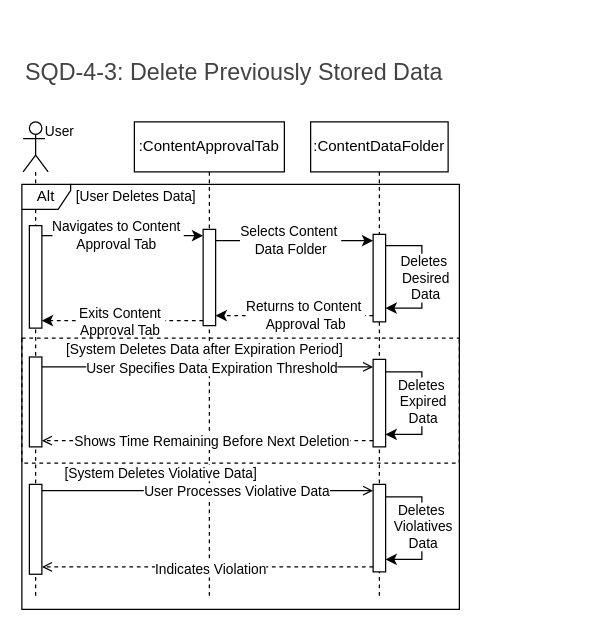
This is SENG 321/SQD4-3.drawio from amirabdullahi1/gold, a draw.io file, before an edit. Source tidied: cells renumbered, new cells numbered last; positions are measured from the earlier drawing's top-left corner, leaving out a move shared by most shapes. Both pictures are drawn from the tidied source at 125%, with x=0, y=0 at pixel (21, 21).
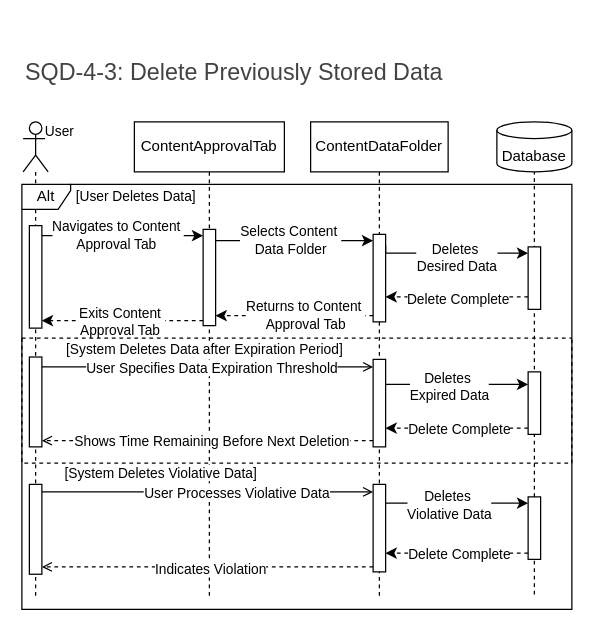
Above is the later version.

Unchanged cells that the change refers to:
```xml
<mxCell id="7" style="group;" parent="1" vertex="1">
  <mxGeometry x="90" y="80" width="120" height="380" as="geometry" />
</mxCell>
<mxCell id="27" style="group;" parent="1" vertex="1">
  <mxGeometry x="231" y="80" width="110" height="380" as="geometry" />
</mxCell>
<mxCell id="29" style="html=1;points=[[0,0,0,0,5],[0,1,0,0,-5],[1,0,0,0,5],[1,1,0,0,-5]];perimeter=orthogonalPerimeter;outlineConnect=0;targetShapes=umlLifeline;portConstraint=eastwest;newEdgeStyle={&quot;curved&quot;:0,&quot;rounded&quot;:0};" parent="28" vertex="1">
  <mxGeometry x="50" y="290" width="10" height="70" as="geometry" />
</mxCell>
<mxCell id="32" style="html=1;points=[[0,0,0,0,5],[0,1,0,0,-5],[1,0,0,0,5],[1,1,0,0,-5]];perimeter=orthogonalPerimeter;outlineConnect=0;targetShapes=umlLifeline;portConstraint=eastwest;newEdgeStyle={&quot;curved&quot;:0,&quot;rounded&quot;:0};" parent="27" vertex="1">
  <mxGeometry x="50" y="90" width="10" height="70" as="geometry" />
</mxCell>
<mxCell id="33" style="html=1;points=[[0,0,0,0,5],[0,1,0,0,-5],[1,0,0,0,5],[1,1,0,0,-5]];perimeter=orthogonalPerimeter;outlineConnect=0;targetShapes=umlLifeline;portConstraint=eastwest;newEdgeStyle={&quot;curved&quot;:0,&quot;rounded&quot;:0};" parent="27" vertex="1">
  <mxGeometry x="50" y="190" width="10" height="70" as="geometry" />
</mxCell>
```

What changed in the source:
```diff
@@
+    <mxCell id="44" style="group;" parent="1" vertex="1">
+      <mxGeometry x="380" y="80" width="60" height="379" as="geometry" />
+    </mxCell>
+    <mxCell id="45" style="group;" parent="44" vertex="1">
+      <mxGeometry width="60" height="379" as="geometry" />
+    </mxCell>
+    <mxCell id="46" style="shape=umlLifeline;perimeter=lifelinePerimeter;whiteSpace=wrap;html=1;newEdgeStyle={&quot;curved&quot;:0,&quot;rounded&quot;:0};participant=umlEntity;size=0;" parent="45" vertex="1">
+      <mxGeometry x="10" y="39" width="40" height="340" as="geometry" />
+    </mxCell>
+    <mxCell id="47" style="html=1;points=[[0,0,0,0,5],[0,1,0,0,-5],[1,0,0,0,5],[1,1,0,0,-5]];perimeter=orthogonalPerimeter;outlineConnect=0;targetShapes=umlLifeline;portConstraint=eastwest;newEdgeStyle={&quot;curved&quot;:0,&quot;rounded&quot;:0};" parent="46" vertex="1">
+      <mxGeometry x="15" y="161" width="10" height="50" as="geometry" />
+    </mxCell>
+    <mxCell id="48" value="&lt;div&gt;&lt;br&gt;&lt;/div&gt;Database" style="strokeWidth=1;html=1;shape=mxgraph.flowchart.database;whiteSpace=wrap;" parent="45" vertex="1">
+      <mxGeometry width="60" height="40" as="geometry" />
+    </mxCell>
+    <mxCell id="49" style="html=1;points=[[0,0,0,0,5],[0,1,0,0,-5],[1,0,0,0,5],[1,1,0,0,-5]];perimeter=orthogonalPerimeter;outlineConnect=0;targetShapes=umlLifeline;portConstraint=eastwest;newEdgeStyle={&quot;curved&quot;:0,&quot;rounded&quot;:0};" parent="44" vertex="1">
+      <mxGeometry x="25" y="100" width="10" height="50" as="geometry" />
+    </mxCell>
+    <mxCell id="50" style="html=1;points=[[0,0,0,0,5],[0,1,0,0,-5],[1,0,0,0,5],[1,1,0,0,-5]];perimeter=orthogonalPerimeter;outlineConnect=0;targetShapes=umlLifeline;portConstraint=eastwest;newEdgeStyle={&quot;curved&quot;:0,&quot;rounded&quot;:0};" parent="44" vertex="1">
+      <mxGeometry x="25" y="300" width="10" height="50" as="geometry" />
+    </mxCell>
@@
-    <mxCell id="8" value="&lt;div&gt;&lt;span style=&quot;background-color: initial;&quot;&gt;&lt;br&gt;&lt;/span&gt;&lt;/div&gt;&lt;span style=&quot;background-color: initial;&quot;&gt;:C&lt;/span&gt;&lt;span style=&quot;background-color: initial;&quot;&gt;ontentApprovalTab&lt;/span&gt;&lt;div&gt;&lt;div&gt;&lt;span style=&quot;background-color: initial;&quot;&gt;&lt;br&gt;&lt;/span&gt;&lt;/div&gt;&lt;/div&gt;" style="shape=umlLifeline;perimeter=lifelinePerimeter;whiteSpace=wrap;html=1;newEdgeStyle={&quot;curved&quot;:0,&quot;rounded&quot;:0};" parent="7" vertex="1">
+    <mxCell id="8" value="&lt;div&gt;&lt;span style=&quot;background-color: initial;&quot;&gt;&lt;br&gt;&lt;/span&gt;&lt;/div&gt;&lt;span style=&quot;background-color: initial;&quot;&gt;C&lt;/span&gt;&lt;span style=&quot;background-color: initial;&quot;&gt;ontentApprovalTab&lt;/span&gt;&lt;div&gt;&lt;div&gt;&lt;span style=&quot;background-color: initial;&quot;&gt;&lt;br&gt;&lt;/span&gt;&lt;/div&gt;&lt;/div&gt;" style="shape=umlLifeline;perimeter=lifelinePerimeter;whiteSpace=wrap;html=1;newEdgeStyle={&quot;curved&quot;:0,&quot;rounded&quot;:0};" parent="7" vertex="1">
       <mxGeometry width="120" height="380" as="geometry" />
     </mxCell>
@@
     <mxCell id="21" value="Alt" style="shape=umlFrame;whiteSpace=wrap;html=1;width=39;height=20;fixDash=0;backgroundOutline=0;" parent="1" vertex="1">
-      <mxGeometry y="130" width="350" height="340" as="geometry" />
+      <mxGeometry y="130" width="440" height="340" as="geometry" />
     </mxCell>
     <mxCell id="22" style="swimlane;startSize=0;dashed=1;" parent="1" vertex="1">
-      <mxGeometry y="253" width="350" height="100" as="geometry" />
+      <mxGeometry y="253" width="440" height="100" as="geometry" />
     </mxCell>
@@
-    <mxCell id="28" value=":ContentDataFolder" style="shape=umlLifeline;perimeter=lifelinePerimeter;whiteSpace=wrap;html=1;newEdgeStyle={&quot;curved&quot;:0,&quot;rounded&quot;:0};" parent="27" vertex="1">
+    <mxCell id="28" value="ContentDataFolder" style="shape=umlLifeline;perimeter=lifelinePerimeter;whiteSpace=wrap;html=1;newEdgeStyle={&quot;curved&quot;:0,&quot;rounded&quot;:0};" parent="27" vertex="1">
       <mxGeometry width="110" height="380" as="geometry" />
     </mxCell>
@@
-    <mxCell id="30" style="edgeStyle=orthogonalEdgeStyle;rounded=0;orthogonalLoop=1;jettySize=auto;html=1;curved=0;" parent="28" edge="1" source="29" target="29">
-      <mxGeometry relative="1" as="geometry">
-        <Array as="points">
-          <mxPoint x="89" y="300" />
-          <mxPoint x="89" y="350" />
-        </Array>
-      </mxGeometry>
-    </mxCell>
-    <mxCell id="31" value="Deletes&amp;nbsp;&lt;div&gt;Violatives&lt;/div&gt;&lt;div&gt;Data&lt;/div&gt;" style="edgeLabel;html=1;align=center;verticalAlign=middle;" parent="30" vertex="1">
-      <mxGeometry x="-0.09" y="2" relative="1" as="geometry">
-        <mxPoint x="-2" y="3" as="offset" />
-      </mxGeometry>
-    </mxCell>
@@
-    <mxCell id="34" style="edgeStyle=orthogonalEdgeStyle;rounded=0;orthogonalLoop=1;jettySize=auto;html=1;curved=0;" parent="27" edge="1">
+    <mxCell id="34" style="edgeStyle=orthogonalEdgeStyle;rounded=0;jettySize=auto;html=1;curved=0;entryX=0;entryY=0;entryDx=0;entryDy=5;entryPerimeter=0;" parent="27" edge="1" target="49">
       <mxGeometry relative="1" as="geometry">
         <mxPoint x="60" y="99" as="sourcePoint" />
-        <mxPoint x="60" y="149" as="targetPoint" />
         <Array as="points">
-          <mxPoint x="89" y="99" />
-          <mxPoint x="89" y="149" />
+          <mxPoint x="60" y="105" />
         </Array>
       </mxGeometry>
     </mxCell>
-    <mxCell id="35" value="Deletes&amp;nbsp;&lt;div&gt;Desired&lt;/div&gt;&lt;div&gt;Data&lt;/div&gt;" style="edgeLabel;html=1;align=center;verticalAlign=middle;" parent="34" vertex="1">
+    <mxCell id="35" value="Deletes&amp;nbsp;&lt;div&gt;Desired Data&lt;/div&gt;" style="edgeLabel;html=1;align=center;verticalAlign=middle;" parent="34" vertex="1">
       <mxGeometry x="-0.09" y="2" relative="1" as="geometry">
-        <mxPoint y="5" as="offset" />
+        <mxPoint x="7" y="5" as="offset" />
       </mxGeometry>
     </mxCell>
-    <mxCell id="36" style="edgeStyle=orthogonalEdgeStyle;rounded=0;orthogonalLoop=1;jettySize=auto;html=1;curved=0;" parent="27" edge="1" source="33" target="33">
-      <mxGeometry relative="1" as="geometry">
-        <Array as="points">
-          <mxPoint x="89" y="200" />
-          <mxPoint x="89" y="250" />
-        </Array>
-      </mxGeometry>
-    </mxCell>
-    <mxCell id="37" value="Deletes&amp;nbsp;&lt;div&gt;Expired&lt;/div&gt;&lt;div&gt;Data&lt;/div&gt;" style="edgeLabel;html=1;align=center;verticalAlign=middle;" parent="36" vertex="1">
-      <mxGeometry x="-0.09" y="2" relative="1" as="geometry">
-        <mxPoint x="-2" y="3" as="offset" />
-      </mxGeometry>
-    </mxCell>
@@
     <mxCell id="39" style="edgeStyle=orthogonalEdgeStyle;rounded=0;orthogonalLoop=1;jettySize=auto;html=1;curved=0;endArrow=open;endFill=0;" parent="1" edge="1">
       <mxGeometry relative="1" as="geometry">
-        <mxPoint x="16" y="375" as="sourcePoint" />
-        <mxPoint x="281" y="375" as="targetPoint" />
+        <mxPoint x="16" y="376" as="sourcePoint" />
+        <mxPoint x="281" y="376" as="targetPoint" />
         <Array as="points">
-          <mxPoint x="150" y="375" />
-          <mxPoint x="150" y="375" />
+          <mxPoint x="150" y="376" />
+          <mxPoint x="150" y="376" />
         </Array>
       </mxGeometry>
     </mxCell>
@@
+    <mxCell id="51" style="edgeStyle=orthogonalEdgeStyle;rounded=0;jettySize=auto;html=1;curved=0;dashed=1;" parent="1" edge="1" source="49" target="32">
+      <mxGeometry relative="1" as="geometry">
+        <Array as="points">
+          <mxPoint x="340" y="220" />
+          <mxPoint x="340" y="220" />
+        </Array>
+      </mxGeometry>
+    </mxCell>
+    <mxCell id="52" value="Delete Complete" style="edgeLabel;html=1;align=center;verticalAlign=middle;" parent="51" vertex="1">
+      <mxGeometry x="0.21" relative="1" as="geometry">
+        <mxPoint x="12" y="1" as="offset" />
+      </mxGeometry>
+    </mxCell>
+    <mxCell id="36" style="edgeStyle=orthogonalEdgeStyle;rounded=0;jettySize=auto;html=1;curved=0;" parent="1" edge="1" source="33" target="47">
+      <mxGeometry relative="1" as="geometry">
+        <Array as="points">
+          <mxPoint x="360" y="290" />
+          <mxPoint x="360" y="290" />
+        </Array>
+      </mxGeometry>
+    </mxCell>
+    <mxCell id="37" value="Deletes&amp;nbsp;&lt;div&gt;Expired Data&lt;/div&gt;" style="edgeLabel;html=1;align=center;verticalAlign=middle;" parent="36" vertex="1">
+      <mxGeometry x="-0.09" y="2" relative="1" as="geometry">
+        <mxPoint x="-2" y="3" as="offset" />
+      </mxGeometry>
+    </mxCell>
+    <mxCell id="53" style="edgeStyle=orthogonalEdgeStyle;rounded=0;jettySize=auto;html=1;curved=0;dashed=1;exitX=0;exitY=1;exitDx=0;exitDy=-5;exitPerimeter=0;" parent="1" edge="1" source="47" target="33">
+      <mxGeometry relative="1" as="geometry">
+        <Array as="points">
+          <mxPoint x="320" y="325" />
+          <mxPoint x="320" y="325" />
+        </Array>
+      </mxGeometry>
+    </mxCell>
+    <mxCell id="54" value="Delete Complete" style="edgeLabel;html=1;align=center;verticalAlign=middle;" parent="53" vertex="1">
+      <mxGeometry x="0.21" relative="1" as="geometry">
+        <mxPoint x="13" as="offset" />
+      </mxGeometry>
+    </mxCell>
+    <mxCell id="30" style="edgeStyle=orthogonalEdgeStyle;rounded=0;jettySize=auto;html=1;curved=0;entryX=0;entryY=0;entryDx=0;entryDy=5;entryPerimeter=0;" parent="1" edge="1" source="29" target="50">
+      <mxGeometry relative="1" as="geometry">
+        <Array as="points">
+          <mxPoint x="310" y="385" />
+          <mxPoint x="310" y="385" />
+        </Array>
+      </mxGeometry>
+    </mxCell>
+    <mxCell id="31" value="Deletes&amp;nbsp;&lt;div&gt;Violative Data&lt;/div&gt;" style="edgeLabel;html=1;align=center;verticalAlign=middle;" parent="30" vertex="1">
+      <mxGeometry x="-0.09" y="2" relative="1" as="geometry">
+        <mxPoint x="-2" y="3" as="offset" />
+      </mxGeometry>
+    </mxCell>
+    <mxCell id="55" style="edgeStyle=orthogonalEdgeStyle;rounded=0;jettySize=auto;html=1;curved=0;dashed=1;exitX=0;exitY=1;exitDx=0;exitDy=-5;exitPerimeter=0;" parent="1" edge="1" source="50" target="29">
+      <mxGeometry relative="1" as="geometry">
+        <Array as="points">
+          <mxPoint x="340" y="425" />
+          <mxPoint x="340" y="425" />
+        </Array>
+      </mxGeometry>
+    </mxCell>
+    <mxCell id="56" value="Delete Complete" style="edgeLabel;html=1;align=center;verticalAlign=middle;" parent="55" vertex="1">
+      <mxGeometry x="0.21" relative="1" as="geometry">
+        <mxPoint x="13" as="offset" />
+      </mxGeometry>
+    </mxCell>
```
